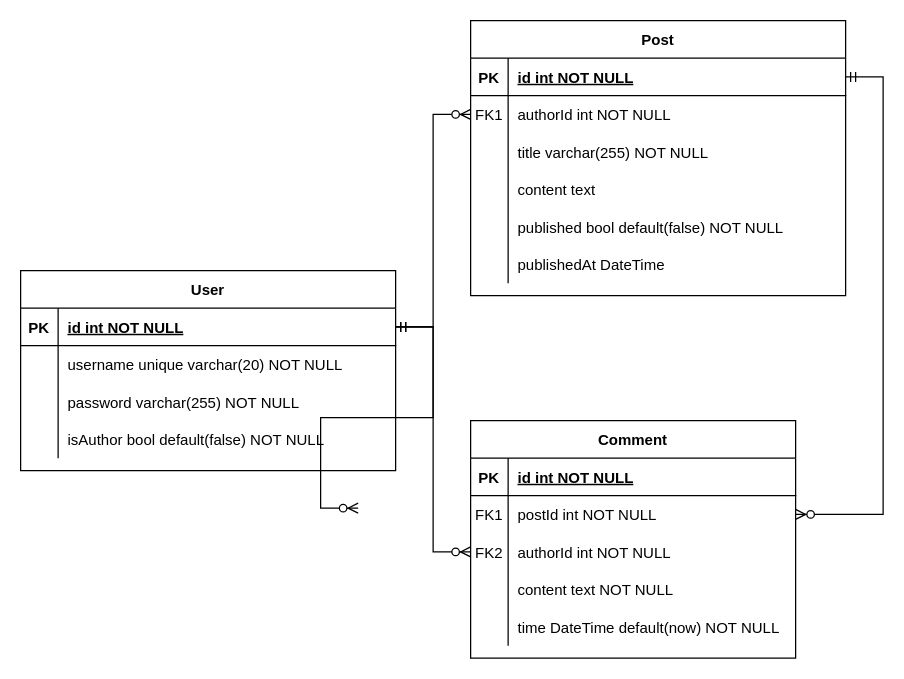
Earlier version of the draw.io diagram backend/cycleBlog_ER_Diagram.drawio (T-Pederson/cycleBlog). Source tidied: cells renumbered, new cells numbered last; positions are measured from the earlier drawing's top-left corner, leaving out a move shared by most shapes. Both pictures are drawn from the tidied source at 125%, with x=0, y=0 at pixel (20, 20).
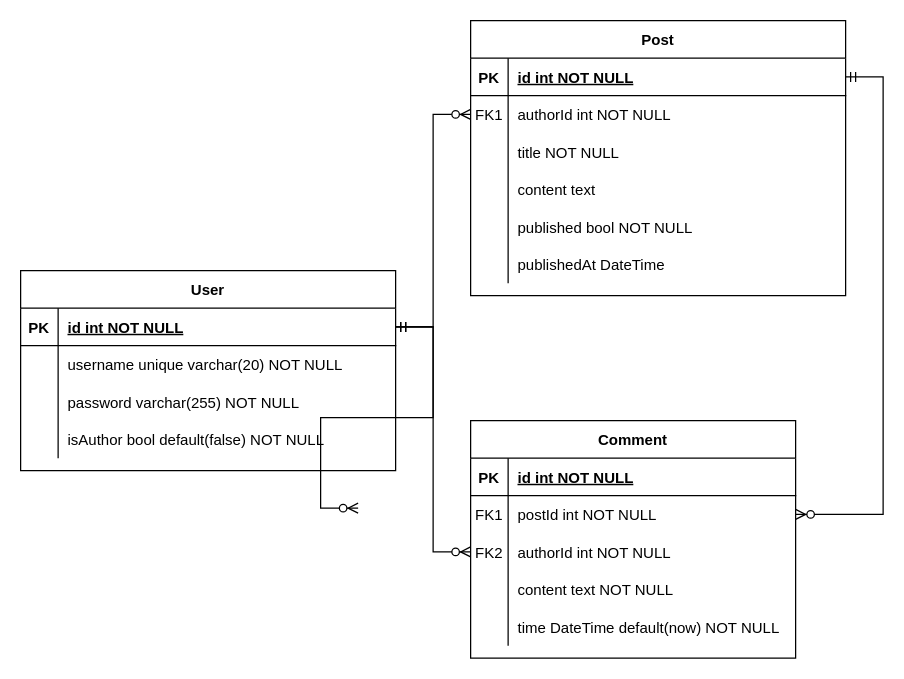
After the change.

Commit message (it also covers changes not shown here):
Create prisma schema and run migration

The change refers to these unchanged cells:
```xml
<mxCell id="9" style="shape=partialRectangle;fillColor=none;top=0;left=0;right=0;bottom=0;" parent="2" vertex="1">
  <mxGeometry y="90" width="300" height="30" as="geometry" />
</mxCell>
<mxCell id="15" style="shape=partialRectangle;fillColor=none;top=0;left=0;right=0;bottom=0;" parent="2" vertex="1">
  <mxGeometry y="150" width="300" height="30" as="geometry" />
</mxCell>
```

The edit, as a diff of the source:
```diff
@@
-    <mxCell id="11" value="title varchar(255) NOT NULL" style="shape=partialRectangle;overflow=hidden;fillColor=none;top=0;left=0;bottom=0;right=0;align=left;spacingLeft=6;" parent="9" vertex="1">
+    <mxCell id="11" value="title NOT NULL" style="shape=partialRectangle;overflow=hidden;fillColor=none;top=0;left=0;bottom=0;right=0;align=left;spacingLeft=6;" parent="9" vertex="1">
       <mxGeometry x="30" width="270" height="30" as="geometry" />
     </mxCell>
@@
-    <mxCell id="17" value="published bool default(false) NOT NULL" style="shape=partialRectangle;overflow=hidden;fillColor=none;top=0;left=0;bottom=0;right=0;align=left;spacingLeft=6;" parent="15" vertex="1">
+    <mxCell id="17" value="published bool NOT NULL" style="shape=partialRectangle;overflow=hidden;fillColor=none;top=0;left=0;bottom=0;right=0;align=left;spacingLeft=6;" parent="15" vertex="1">
       <mxGeometry x="30" width="270" height="30" as="geometry" />
     </mxCell>
```
